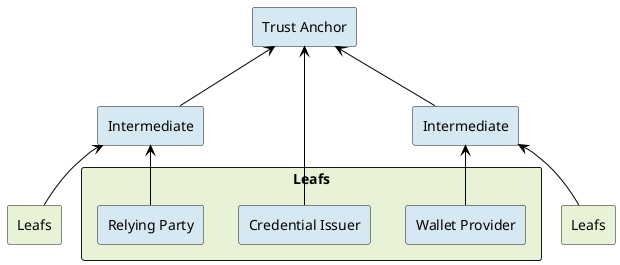
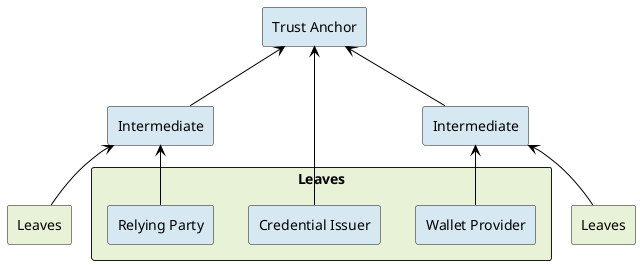
- @startuml Trust Roles
+ @startuml
!include <C4/C4_Container>

skinparam backgroundColor transparent
skinparam ArrowColor black

rectangle "Trust Anchor" as ta #D6E8F2

rectangle "Intermediate" as int1 #D6E8F2
rectangle "Intermediate" as int2 #D6E8F2

- rectangle "Leafs" as leafs1 #E8F2D6
- rectangle "Leafs" as leafs2 #E8F2D6
+ rectangle "Leaves" as leafs1 #E8F2D6
+ rectangle "Leaves" as leafs2 #E8F2D6

- rectangle "Leafs" as leafsContainer #E8F2D6 {
+ rectangle "Leaves" as leafsContainer #E8F2D6 {
  rectangle "Credential Issuer" as ci #D6E8F2
  rectangle "Wallet Provider" as wp #D6E8F2
  rectangle "Relying Party" as rp #D6E8F2
}

ci -up-> ta
wp -up-> int1
rp -up-> int2
leafs1 -up-> int1
leafs2 -up-> int2
int1 -up-> ta
int2 -up-> ta
- 
- @enduml+ @enduml
